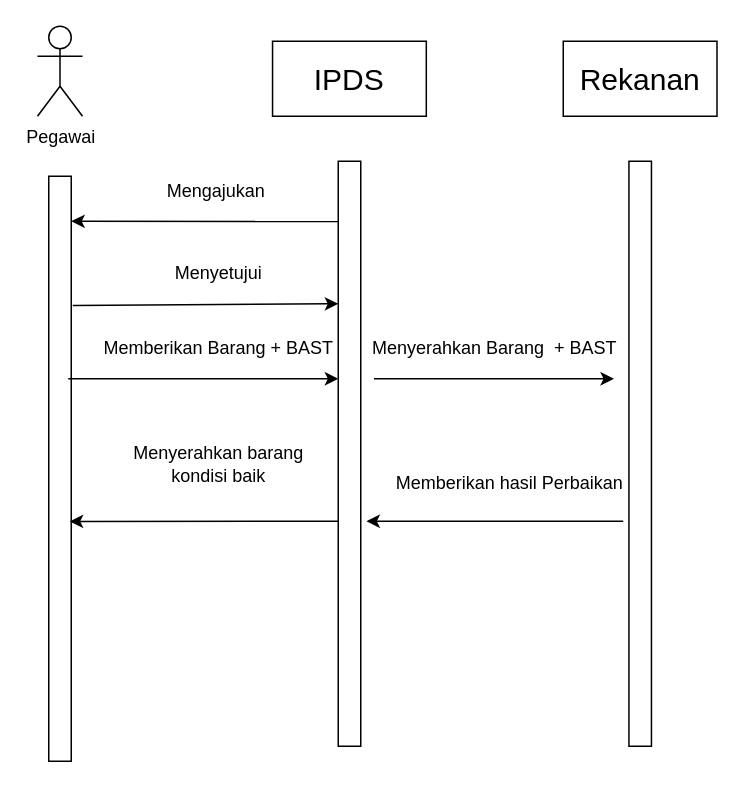
phoenix351/smokol keeps this draw.io diagram as page "Sequence Diagram" (1 of 2) of Untitled Diagram.drawio. Above is the earlier version. Source tidied: cells renumbered, new cells numbered last; positions are measured from the earlier drawing's top-left corner, leaving out a move shared by most shapes. Both pictures are drawn from the tidied source at 150%, with x=0, y=0 at pixel (38, 26).
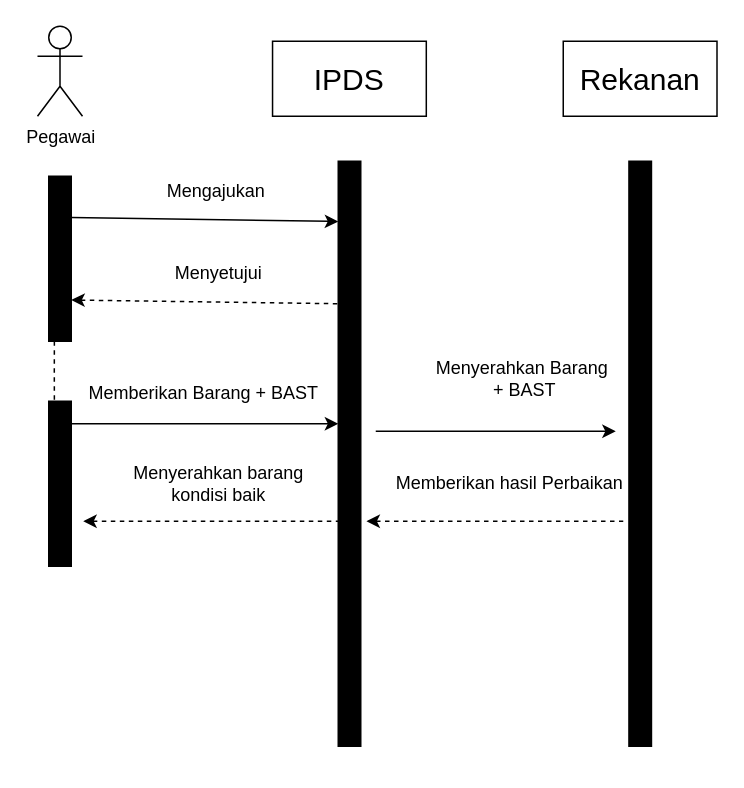
The same page after the edit.

Diff of the diagram source:
```diff
@@
-    <mxCell id="3" style="rounded=0;whiteSpace=wrap;html=1;" parent="1" vertex="1">
+    <mxCell id="3" style="rounded=0;whiteSpace=wrap;html=1;strokeColor=#000000;fillColor=#000000;" parent="1" vertex="1">
       <mxGeometry x="200" y="90" width="15" height="390" as="geometry" />
     </mxCell>
+    <mxCell id="20" style="edgeStyle=orthogonalEdgeStyle;rounded=0;jettySize=auto;html=1;exitX=0.25;exitY=1;exitDx=0;exitDy=0;entryX=0.25;entryY=0;entryDx=0;entryDy=0;dashed=1;endArrow=none;endFill=0;" parent="1" edge="1" source="4" target="21">
+      <mxGeometry relative="1" as="geometry" />
+    </mxCell>
-    <mxCell id="4" style="rounded=0;whiteSpace=wrap;html=1;" parent="1" vertex="1">
-      <mxGeometry x="7" y="100" width="15" height="390" as="geometry" />
+    <mxCell id="4" style="rounded=0;whiteSpace=wrap;html=1;fillColor=#000000;" parent="1" vertex="1">
+      <mxGeometry x="7" y="100" width="15" height="110" as="geometry" />
     </mxCell>
@@
-    <mxCell id="6" style="rounded=0;whiteSpace=wrap;html=1;" parent="1" vertex="1">
+    <mxCell id="6" style="rounded=0;whiteSpace=wrap;html=1;fillColor=#000000;" parent="1" vertex="1">
       <mxGeometry x="393.8" y="90" width="15" height="390" as="geometry" />
     </mxCell>
@@
-    <mxCell id="8" style="endArrow=none;html=1;rounded=0;entryX=0;entryY=0.103;entryDx=0;entryDy=0;entryPerimeter=0;exitX=1;exitY=0.077;exitDx=0;exitDy=0;exitPerimeter=0;startArrow=classic;startFill=1;endFill=0;" parent="1" edge="1" source="4" target="3">
+    <mxCell id="8" style="endArrow=classic;html=1;rounded=0;entryX=0;entryY=0.103;entryDx=0;entryDy=0;entryPerimeter=0;exitX=1;exitY=0.25;exitDx=0;exitDy=0;startArrow=none;startFill=0;endFill=1;" parent="1" edge="1" source="4" target="3">
       <mxGeometry relative="1" as="geometry" />
     </mxCell>
@@
-    <mxCell id="10" style="endArrow=classic;html=1;rounded=0;entryX=0;entryY=0.103;entryDx=0;entryDy=0;entryPerimeter=0;exitX=1.067;exitY=0.221;exitDx=0;exitDy=0;exitPerimeter=0;" parent="1" edge="1" source="4">
+    <mxCell id="10" style="endArrow=none;html=1;rounded=0;entryX=0;entryY=0.103;entryDx=0;entryDy=0;entryPerimeter=0;exitX=1;exitY=0.75;exitDx=0;exitDy=0;startArrow=classic;startFill=1;endFill=0;dashed=1;" parent="1" edge="1" source="4">
       <mxGeometry relative="1" as="geometry">
         <mxPoint x="200" y="185" as="targetPoint" />
       </mxGeometry>
     </mxCell>
@@
-    <mxCell id="12" style="endArrow=classic;html=1;rounded=0;entryX=0;entryY=0.103;entryDx=0;entryDy=0;entryPerimeter=0;exitX=0.867;exitY=0.346;exitDx=0;exitDy=0;exitPerimeter=0;" parent="1" edge="1" source="4">
+    <mxCell id="12" style="endArrow=classic;html=1;rounded=0;entryX=0;entryY=0.103;entryDx=0;entryDy=0;entryPerimeter=0;exitX=0.867;exitY=0.136;exitDx=0;exitDy=0;exitPerimeter=0;" parent="1" edge="1" source="21">
       <mxGeometry relative="1" as="geometry">
-        <mxPoint x="200" y="235" as="targetPoint" />
+        <mxPoint x="200" y="265" as="targetPoint" />
       </mxGeometry>
     </mxCell>
     <mxCell id="13" value="Memberikan Barang + BAST" style="text;html=1;align=center;verticalAlign=middle;strokeColor=none;fillColor=none;" parent="1" vertex="1">
-      <mxGeometry x="30" y="200" width="180" height="30" as="geometry" />
+      <mxGeometry x="20" y="230" width="180" height="30" as="geometry" />
     </mxCell>
     <mxCell id="14" style="endArrow=classic;html=1;rounded=0;entryX=0;entryY=0.103;entryDx=0;entryDy=0;entryPerimeter=0;exitX=1;exitY=0.077;exitDx=0;exitDy=0;exitPerimeter=0;" parent="1" edge="1">
       <mxGeometry relative="1" as="geometry">
-        <mxPoint x="223.8" y="235" as="sourcePoint" />
-        <mxPoint x="383.8" y="235" as="targetPoint" />
+        <mxPoint x="225" y="270" as="sourcePoint" />
+        <mxPoint x="385" y="270" as="targetPoint" />
       </mxGeometry>
     </mxCell>
-    <mxCell id="15" value="Menyerahkan Barang&amp;nbsp; + BAST" style="text;html=1;align=center;verticalAlign=middle;strokeColor=none;fillColor=none;" parent="1" vertex="1">
-      <mxGeometry x="208.8" y="200" width="190" height="30" as="geometry" />
+    <mxCell id="15" value="Menyerahkan Barang&amp;nbsp; &lt;br&gt;+ BAST" style="text;html=1;align=center;verticalAlign=middle;strokeColor=none;fillColor=none;" parent="1" vertex="1">
+      <mxGeometry x="253.8" y="215" width="140" height="40" as="geometry" />
     </mxCell>
-    <mxCell id="16" style="endArrow=none;html=1;rounded=0;exitX=1;exitY=0.077;exitDx=0;exitDy=0;exitPerimeter=0;startArrow=classic;startFill=1;endFill=0;" parent="1" edge="1">
+    <mxCell id="16" style="endArrow=none;html=1;rounded=0;exitX=1;exitY=0.077;exitDx=0;exitDy=0;exitPerimeter=0;startArrow=classic;startFill=1;endFill=0;dashed=1;" parent="1" edge="1">
       <mxGeometry relative="1" as="geometry">
         <mxPoint x="218.8" y="330" as="sourcePoint" />
         <mxPoint x="390" y="330" as="targetPoint" />
       </mxGeometry>
     </mxCell>
@@
-    <mxCell id="18" style="endArrow=none;html=1;rounded=0;startArrow=classic;startFill=1;endFill=0;exitX=0.933;exitY=0.59;exitDx=0;exitDy=0;exitPerimeter=0;" parent="1" edge="1" source="4">
+    <mxCell id="18" style="endArrow=none;html=1;rounded=0;startArrow=classic;startFill=1;endFill=0;dashed=1;" parent="1" edge="1">
       <mxGeometry relative="1" as="geometry">
+        <mxPoint x="30" y="330" as="sourcePoint" />
         <mxPoint x="200" y="330" as="targetPoint" />
       </mxGeometry>
     </mxCell>
     <mxCell id="19" value="Menyerahkan barang &lt;br&gt;kondisi baik" style="text;html=1;align=center;verticalAlign=middle;strokeColor=none;fillColor=none;" parent="1" vertex="1">
-      <mxGeometry x="50" y="272" width="140" height="40" as="geometry" />
+      <mxGeometry x="50" y="285" width="140" height="40" as="geometry" />
     </mxCell>
+    <mxCell id="21" style="rounded=0;whiteSpace=wrap;html=1;fillColor=#000000;" parent="1" vertex="1">
+      <mxGeometry x="7" y="250" width="15" height="110" as="geometry" />
+    </mxCell>
```
